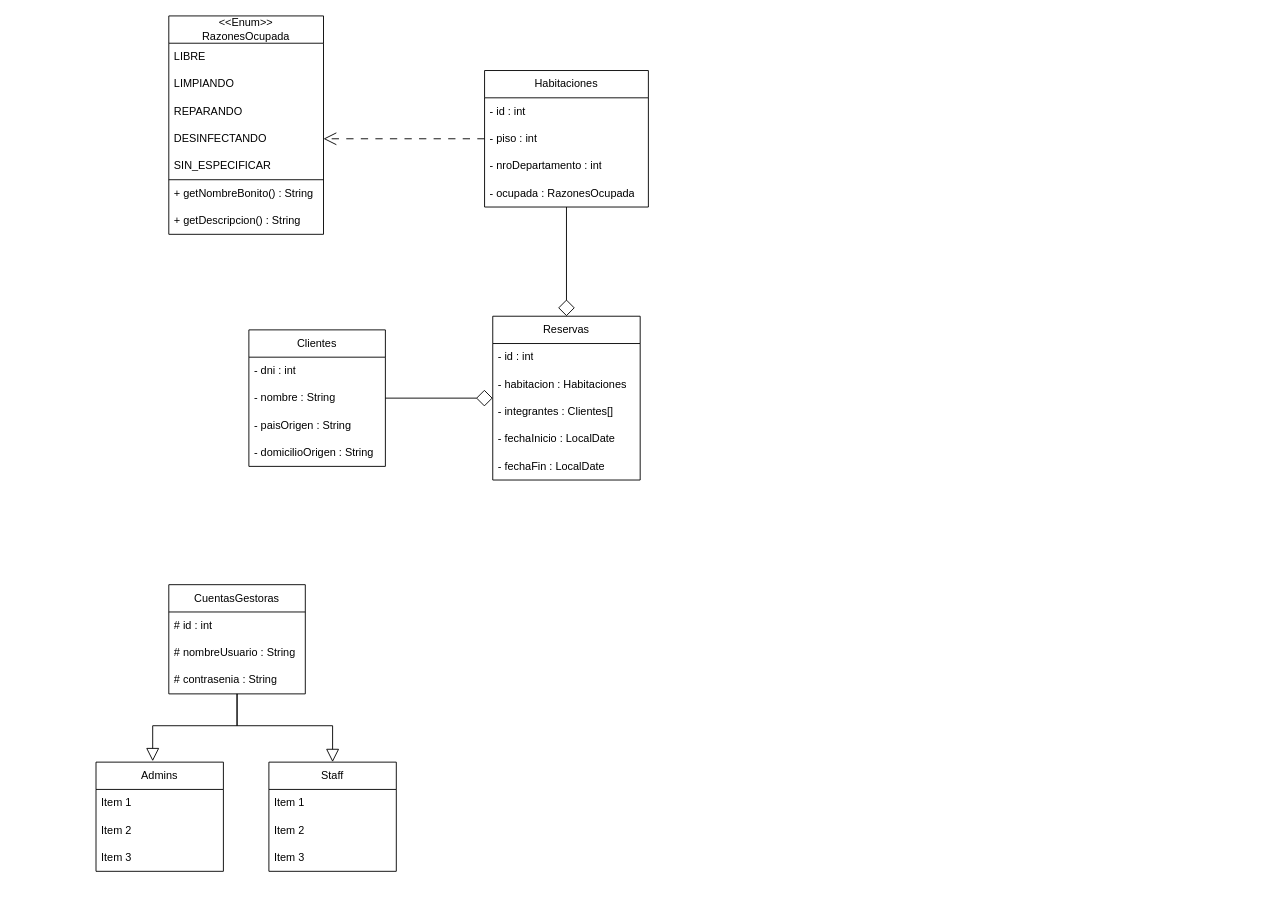
Above: uml.drawio in Lucas-Lanari/TPfinalSistemaDeHotel (draw.io), before the change. Source tidied: cells renumbered, new cells numbered last; positions are measured from the earlier drawing's top-left corner, leaving out a move shared by most shapes. Both pictures are drawn from the tidied source at 91%, with x=0, y=0 at pixel (96, 15).
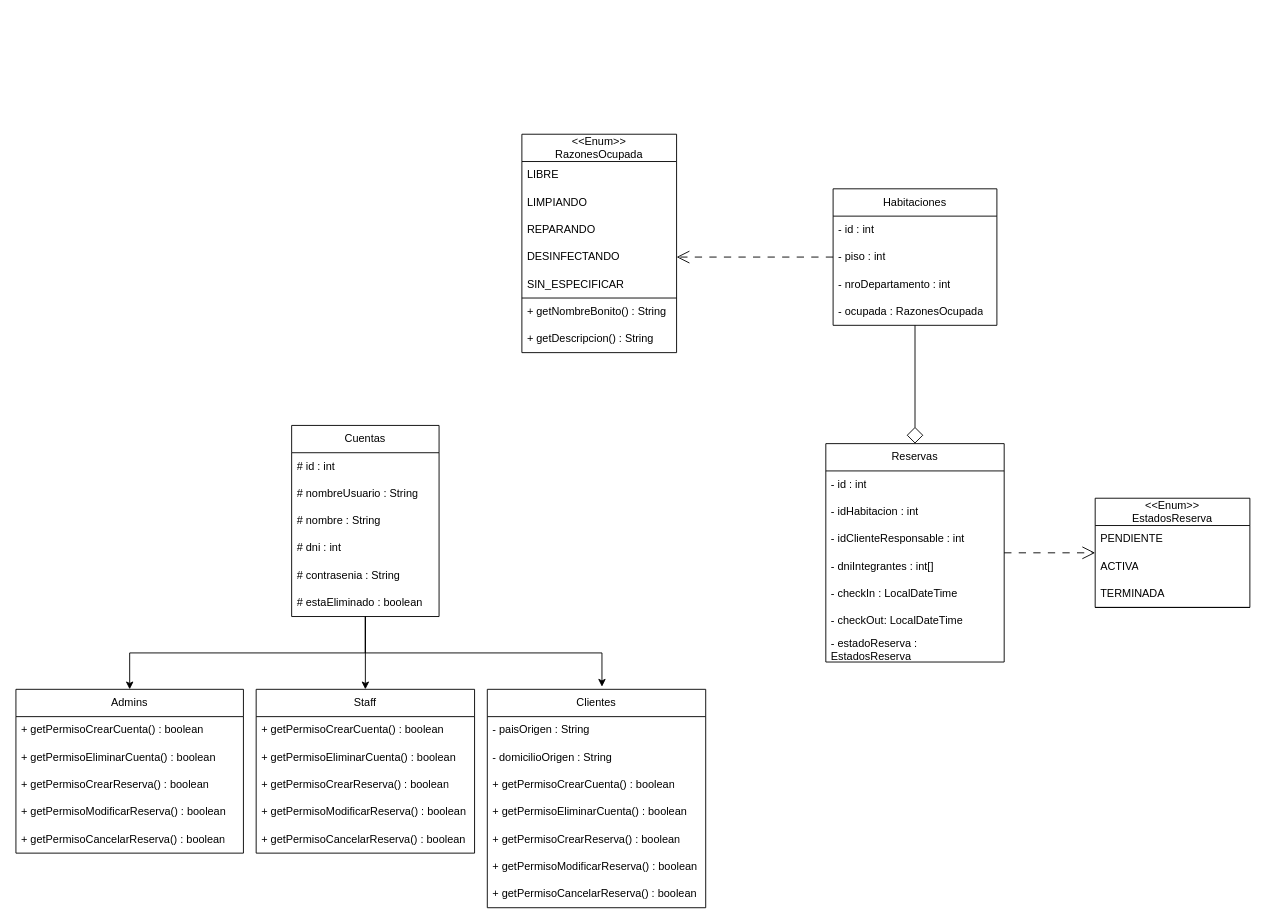
Above is the later version.

Commit message (it also covers changes not shown here):
actualizar uml

What changed in the source:
```diff
@@
+    <mxCell id="44" style="edgeStyle=orthogonalEdgeStyle;rounded=0;jettySize=auto;html=1;exitX=1;exitY=0.5;exitDx=0;exitDy=0;defaultLabelBackgroundColor=page;entryX=0;entryY=0.5;entryDx=0;entryDy=0;strokeWidth=1;startArrow=none;startFill=0;dashed=1;dashPattern=8 8;endArrow=open;endFill=0;endSize=12;" parent="1" edge="1" source="3" target="56">
+      <mxGeometry relative="1" as="geometry" />
+    </mxCell>
     <mxCell id="3" value="Reservas" style="swimlane;fontStyle=0;horizontal=1;startSize=30;whiteSpace=wrap;html=1;absoluteArcSize=0;" parent="1" vertex="1">
-      <mxGeometry x="436" y="330" width="162" height="180" as="geometry" />
+      <mxGeometry x="802" y="470" width="196" height="240" as="geometry" />
     </mxCell>
     <mxCell id="4" value="- id : int" style="text;strokeColor=none;fillColor=none;align=left;verticalAlign=middle;spacingLeft=4;spacingRight=4;overflow=hidden;whiteSpace=wrap;html=1;" parent="3" vertex="1">
-      <mxGeometry y="30" width="162" height="30" as="geometry" />
+      <mxGeometry y="30" width="196" height="30" as="geometry" />
     </mxCell>
-    <mxCell id="5" value="- habitacion : Habitaciones" style="text;strokeColor=none;fillColor=none;align=left;verticalAlign=middle;spacingLeft=4;spacingRight=4;overflow=hidden;whiteSpace=wrap;html=1;" parent="3" vertex="1">
-      <mxGeometry y="60" width="162" height="30" as="geometry" />
+    <mxCell id="5" value="- idHabitacion : int" style="text;strokeColor=none;fillColor=none;align=left;verticalAlign=middle;spacingLeft=4;spacingRight=4;overflow=hidden;whiteSpace=wrap;html=1;" parent="3" vertex="1">
+      <mxGeometry y="60" width="196" height="30" as="geometry" />
     </mxCell>
+    <mxCell id="45" value="- idClienteResponsable : int" style="text;strokeColor=none;fillColor=none;align=left;verticalAlign=middle;spacingLeft=4;spacingRight=4;overflow=hidden;whiteSpace=wrap;html=1;" parent="3" vertex="1">
+      <mxGeometry y="90" width="196" height="30" as="geometry" />
+    </mxCell>
-    <mxCell id="6" value="- integrantes : Clientes[]" style="text;strokeColor=none;fillColor=none;align=left;verticalAlign=middle;spacingLeft=4;spacingRight=4;overflow=hidden;whiteSpace=wrap;html=1;" parent="3" vertex="1">
-      <mxGeometry y="90" width="162" height="30" as="geometry" />
+    <mxCell id="6" value="- dniIntegrantes : int[]" style="text;strokeColor=none;fillColor=none;align=left;verticalAlign=middle;spacingLeft=4;spacingRight=4;overflow=hidden;whiteSpace=wrap;html=1;" parent="3" vertex="1">
+      <mxGeometry y="120" width="196" height="30" as="geometry" />
     </mxCell>
-    <mxCell id="7" value="- fechaInicio : LocalDate" style="text;strokeColor=none;fillColor=none;align=left;verticalAlign=middle;spacingLeft=4;spacingRight=4;overflow=hidden;whiteSpace=wrap;html=1;" parent="3" vertex="1">
-      <mxGeometry y="120" width="162" height="30" as="geometry" />
+    <mxCell id="7" value="- checkIn : LocalDateTime" style="text;strokeColor=none;fillColor=none;align=left;verticalAlign=middle;spacingLeft=4;spacingRight=4;overflow=hidden;whiteSpace=wrap;html=1;" parent="3" vertex="1">
+      <mxGeometry y="150" width="196" height="30" as="geometry" />
     </mxCell>
-    <mxCell id="8" value="- fechaFin : LocalDate" style="text;strokeColor=none;fillColor=none;align=left;verticalAlign=middle;spacingLeft=4;spacingRight=4;overflow=hidden;whiteSpace=wrap;html=1;" parent="3" vertex="1">
-      <mxGeometry y="150" width="162" height="30" as="geometry" />
+    <mxCell id="8" value="- checkOut: LocalDateTime" style="text;strokeColor=none;fillColor=none;align=left;verticalAlign=middle;spacingLeft=4;spacingRight=4;overflow=hidden;whiteSpace=wrap;html=1;" parent="3" vertex="1">
+      <mxGeometry y="180" width="196" height="30" as="geometry" />
     </mxCell>
-    <mxCell id="9" value="Staff" style="swimlane;fontStyle=0;horizontal=1;startSize=30;whiteSpace=wrap;html=1;" parent="1" vertex="1">
-      <mxGeometry x="190" y="820" width="140" height="120" as="geometry" />
-    </mxCell>
-    <mxCell id="10" value="Item 1" style="text;strokeColor=none;fillColor=none;align=left;verticalAlign=middle;spacingLeft=4;spacingRight=4;overflow=hidden;whiteSpace=wrap;html=1;" parent="9" vertex="1">
-      <mxGeometry y="30" width="140" height="30" as="geometry" />
-    </mxCell>
-    <mxCell id="11" value="Item 2" style="text;strokeColor=none;fillColor=none;align=left;verticalAlign=middle;spacingLeft=4;spacingRight=4;overflow=hidden;whiteSpace=wrap;html=1;" parent="9" vertex="1">
-      <mxGeometry y="60" width="140" height="30" as="geometry" />
-    </mxCell>
-    <mxCell id="12" value="Item 3" style="text;strokeColor=none;fillColor=none;align=left;verticalAlign=middle;spacingLeft=4;spacingRight=4;overflow=hidden;whiteSpace=wrap;html=1;" parent="9" vertex="1">
-      <mxGeometry y="90" width="140" height="30" as="geometry" />
-    </mxCell>
-    <mxCell id="13" value="Admins" style="swimlane;fontStyle=0;horizontal=1;startSize=30;whiteSpace=wrap;html=1;" parent="1" vertex="1">
-      <mxGeometry y="820" width="140" height="120" as="geometry" />
-    </mxCell>
-    <mxCell id="14" value="Item 1" style="text;strokeColor=none;fillColor=none;align=left;verticalAlign=middle;spacingLeft=4;spacingRight=4;overflow=hidden;whiteSpace=wrap;html=1;" parent="13" vertex="1">
-      <mxGeometry y="30" width="140" height="30" as="geometry" />
-    </mxCell>
-    <mxCell id="15" value="Item 2" style="text;strokeColor=none;fillColor=none;align=left;verticalAlign=middle;spacingLeft=4;spacingRight=4;overflow=hidden;whiteSpace=wrap;html=1;" parent="13" vertex="1">
-      <mxGeometry y="60" width="140" height="30" as="geometry" />
-    </mxCell>
-    <mxCell id="16" value="Item 3" style="text;strokeColor=none;fillColor=none;align=left;verticalAlign=middle;spacingLeft=4;spacingRight=4;overflow=hidden;whiteSpace=wrap;html=1;" parent="13" vertex="1">
-      <mxGeometry y="90" width="140" height="30" as="geometry" />
-    </mxCell>
-    <mxCell id="17" style="edgeStyle=orthogonalEdgeStyle;rounded=0;jettySize=auto;html=1;exitX=1;exitY=0.5;exitDx=0;exitDy=0;entryX=0;entryY=0.5;entryDx=0;entryDy=0;defaultLabelBackgroundColor=page;endSize=16;endArrow=diamond;endFill=0;" parent="1" edge="1" source="18" target="3">
-      <mxGeometry relative="1" as="geometry" />
-    </mxCell>
+    <mxCell id="46" value="- estadoReserva : EstadosReserva" style="text;strokeColor=none;fillColor=none;align=left;verticalAlign=middle;spacingLeft=4;spacingRight=4;overflow=hidden;whiteSpace=wrap;html=1;" parent="3" vertex="1">
+      <mxGeometry y="210" width="196" height="30" as="geometry" />
+    </mxCell>
     <mxCell id="18" value="Clientes" style="swimlane;fontStyle=0;horizontal=1;startSize=30;whiteSpace=wrap;html=1;" parent="1" vertex="1">
-      <mxGeometry x="168" y="345" width="150" height="150" as="geometry" />
+      <mxGeometry x="430" y="740" width="240" height="240" as="geometry" />
     </mxCell>
-    <mxCell id="19" value="- dni : int" style="text;strokeColor=none;fillColor=none;align=left;verticalAlign=middle;spacingLeft=4;spacingRight=4;overflow=hidden;whiteSpace=wrap;html=1;" parent="18" vertex="1">
-      <mxGeometry y="30" width="150" height="30" as="geometry" />
-    </mxCell>
-    <mxCell id="20" value="- nombre : String" style="text;strokeColor=none;fillColor=none;align=left;verticalAlign=middle;spacingLeft=4;spacingRight=4;overflow=hidden;whiteSpace=wrap;html=1;" parent="18" vertex="1">
-      <mxGeometry y="60" width="150" height="30" as="geometry" />
-    </mxCell>
     <mxCell id="21" value="- paisOrigen : String" style="text;strokeColor=none;fillColor=none;align=left;verticalAlign=middle;spacingLeft=4;spacingRight=4;overflow=hidden;whiteSpace=wrap;html=1;" parent="18" vertex="1">
-      <mxGeometry y="90" width="150" height="30" as="geometry" />
+      <mxGeometry y="30" width="240" height="30" as="geometry" />
     </mxCell>
     <mxCell id="22" value="- domicilioOrigen : String" style="text;strokeColor=none;fillColor=none;align=left;verticalAlign=middle;spacingLeft=4;spacingRight=4;overflow=hidden;whiteSpace=wrap;html=1;" parent="18" vertex="1">
-      <mxGeometry y="120" width="150" height="30" as="geometry" />
+      <mxGeometry y="60" width="240" height="30" as="geometry" />
     </mxCell>
-    <mxCell id="23" style="edgeStyle=orthogonalEdgeStyle;rounded=0;jettySize=auto;html=1;exitX=0.5;exitY=1;exitDx=0;exitDy=0;entryX=0.5;entryY=0;entryDx=0;entryDy=0;defaultLabelBackgroundColor=page;endSize=12;endArrow=block;endFill=0;" parent="1" edge="1" source="24" target="9">
-      <mxGeometry relative="1" as="geometry">
-        <Array as="points">
-          <mxPoint x="155" y="780" />
-          <mxPoint x="260" y="780" />
-        </Array>
-      </mxGeometry>
-    </mxCell>
-    <mxCell id="24" value="CuentasGestoras" style="swimlane;fontStyle=0;horizontal=1;startSize=30;whiteSpace=wrap;html=1;" parent="1" vertex="1">
-      <mxGeometry x="80" y="625" width="150" height="120" as="geometry" />
-    </mxCell>
-    <mxCell id="25" value="# id : int" style="text;strokeColor=none;fillColor=none;align=left;verticalAlign=middle;spacingLeft=4;spacingRight=4;overflow=hidden;whiteSpace=wrap;html=1;" parent="24" vertex="1">
-      <mxGeometry y="30" width="150" height="30" as="geometry" />
-    </mxCell>
-    <mxCell id="26" value="# nombreUsuario : String" style="text;strokeColor=none;fillColor=none;align=left;verticalAlign=middle;spacingLeft=4;spacingRight=4;overflow=hidden;whiteSpace=wrap;html=1;" parent="24" vertex="1">
-      <mxGeometry y="60" width="150" height="30" as="geometry" />
-    </mxCell>
-    <mxCell id="27" value="# contrasenia : String" style="text;strokeColor=none;fillColor=none;align=left;verticalAlign=middle;spacingLeft=4;spacingRight=4;overflow=hidden;whiteSpace=wrap;html=1;" parent="24" vertex="1">
-      <mxGeometry y="90" width="150" height="30" as="geometry" />
-    </mxCell>
-    <mxCell id="28" style="edgeStyle=orthogonalEdgeStyle;rounded=0;jettySize=auto;html=1;exitX=0.5;exitY=1;exitDx=0;exitDy=0;entryX=0.445;entryY=-0.008;entryDx=0;entryDy=0;entryPerimeter=0;defaultLabelBackgroundColor=page;endSize=12;endArrow=block;endFill=0;" parent="1" edge="1" source="24" target="13">
-      <mxGeometry x="0.02" relative="1" as="geometry">
-        <Array as="points">
-          <mxPoint x="155" y="780" />
-          <mxPoint x="62.3" y="780" />
-        </Array>
-      </mxGeometry>
-    </mxCell>
+    <mxCell id="47" value="+ getPermisoCrearCuenta() : boolean" style="text;strokeColor=none;fillColor=none;align=left;verticalAlign=middle;spacingLeft=4;spacingRight=4;overflow=hidden;whiteSpace=wrap;html=1;" parent="18" vertex="1">
+      <mxGeometry y="90" width="240" height="30" as="geometry" />
+    </mxCell>
+    <mxCell id="48" value="+ getPermisoEliminarCuenta() : boolean" style="text;strokeColor=none;fillColor=none;align=left;verticalAlign=middle;spacingLeft=4;spacingRight=4;overflow=hidden;whiteSpace=wrap;html=1;" parent="18" vertex="1">
+      <mxGeometry y="120" width="240" height="30" as="geometry" />
+    </mxCell>
+    <mxCell id="49" value="+ getPermisoCrearReserva() : boolean" style="text;strokeColor=none;fillColor=none;align=left;verticalAlign=middle;spacingLeft=4;spacingRight=4;overflow=hidden;whiteSpace=wrap;html=1;" parent="18" vertex="1">
+      <mxGeometry y="150" width="240" height="30" as="geometry" />
+    </mxCell>
+    <mxCell id="50" value="+ getPermisoModificarReserva() : boolean" style="text;strokeColor=none;fillColor=none;align=left;verticalAlign=middle;spacingLeft=4;spacingRight=4;overflow=hidden;whiteSpace=wrap;html=1;" parent="18" vertex="1">
+      <mxGeometry y="180" width="240" height="30" as="geometry" />
+    </mxCell>
+    <mxCell id="51" value="+ getPermisoCancelarReserva() : boolean" style="text;strokeColor=none;fillColor=none;align=left;verticalAlign=middle;spacingLeft=4;spacingRight=4;overflow=hidden;whiteSpace=wrap;html=1;" parent="18" vertex="1">
+      <mxGeometry y="210" width="240" height="30" as="geometry" />
+    </mxCell>
@@
     <mxCell id="30" value="Habitaciones" style="swimlane;fontStyle=0;horizontal=1;startSize=30;whiteSpace=wrap;html=1;" parent="1" vertex="1">
-      <mxGeometry x="427" y="60" width="180" height="150" as="geometry" />
+      <mxGeometry x="810" y="190" width="180" height="150" as="geometry" />
     </mxCell>
@@
     <mxCell id="35" value="&lt;div&gt;&amp;lt;&amp;lt;Enum&amp;gt;&amp;gt;&lt;/div&gt;RazonesOcupada" style="swimlane;fontStyle=0;horizontal=1;startSize=30;whiteSpace=wrap;html=1;" parent="1" vertex="1">
-      <mxGeometry x="80" width="170" height="240" as="geometry" />
+      <mxGeometry x="468" y="130" width="170" height="240" as="geometry" />
     </mxCell>
@@
+    <mxCell id="52" style="edgeStyle=orthogonalEdgeStyle;rounded=0;jettySize=auto;html=1;exitX=0.5;exitY=1;exitDx=0;exitDy=0;entryX=0.5;entryY=0;entryDx=0;entryDy=0;defaultLabelBackgroundColor=page;" parent="1" edge="1" source="54" target="9">
+      <mxGeometry relative="1" as="geometry" />
+    </mxCell>
+    <mxCell id="53" style="edgeStyle=orthogonalEdgeStyle;rounded=0;jettySize=auto;html=1;exitX=0.5;exitY=1;exitDx=0;exitDy=0;entryX=0.5;entryY=0;entryDx=0;entryDy=0;defaultLabelBackgroundColor=page;" parent="1" edge="1" source="54" target="13">
+      <mxGeometry relative="1" as="geometry" />
+    </mxCell>
+    <mxCell id="54" value="Cuentas" style="swimlane;fontStyle=0;horizontal=1;startSize=30;whiteSpace=wrap;html=1;" parent="1" vertex="1">
+      <mxGeometry x="215" y="450" width="162" height="210" as="geometry" />
+    </mxCell>
+    <mxCell id="25" value="# id : int" style="text;strokeColor=none;fillColor=none;align=left;verticalAlign=middle;spacingLeft=4;spacingRight=4;overflow=hidden;whiteSpace=wrap;html=1;" parent="54" vertex="1">
+      <mxGeometry y="30" width="162" height="30" as="geometry" />
+    </mxCell>
+    <mxCell id="26" value="# nombreUsuario : String" style="text;strokeColor=none;fillColor=none;align=left;verticalAlign=middle;spacingLeft=4;spacingRight=4;overflow=hidden;whiteSpace=wrap;html=1;" parent="54" vertex="1">
+      <mxGeometry y="60" width="162" height="30" as="geometry" />
+    </mxCell>
+    <mxCell id="20" value="# nombre : String" style="text;strokeColor=none;fillColor=none;align=left;verticalAlign=middle;spacingLeft=4;spacingRight=4;overflow=hidden;whiteSpace=wrap;html=1;" parent="54" vertex="1">
+      <mxGeometry y="90" width="162" height="30" as="geometry" />
+    </mxCell>
+    <mxCell id="19" value="# dni : int" style="text;strokeColor=none;fillColor=none;align=left;verticalAlign=middle;spacingLeft=4;spacingRight=4;overflow=hidden;whiteSpace=wrap;html=1;" parent="54" vertex="1">
+      <mxGeometry y="120" width="162" height="30" as="geometry" />
+    </mxCell>
+    <mxCell id="27" value="# contrasenia : String" style="text;strokeColor=none;fillColor=none;align=left;verticalAlign=middle;spacingLeft=4;spacingRight=4;overflow=hidden;whiteSpace=wrap;html=1;" parent="54" vertex="1">
+      <mxGeometry y="150" width="162" height="30" as="geometry" />
+    </mxCell>
+    <mxCell id="55" value="# estaEliminado : boolean" style="text;strokeColor=none;fillColor=none;align=left;verticalAlign=middle;spacingLeft=4;spacingRight=4;overflow=hidden;whiteSpace=wrap;html=1;" parent="54" vertex="1">
+      <mxGeometry y="180" width="162" height="30" as="geometry" />
+    </mxCell>
+    <mxCell id="56" value="&lt;div&gt;&amp;lt;&amp;lt;Enum&amp;gt;&amp;gt;&lt;/div&gt;EstadosReserva" style="swimlane;fontStyle=0;horizontal=1;startSize=30;whiteSpace=wrap;html=1;" parent="1" vertex="1">
+      <mxGeometry x="1098" y="530" width="170" height="120" as="geometry" />
+    </mxCell>
+    <mxCell id="57" value="PENDIENTE" style="text;strokeColor=none;fillColor=none;align=left;verticalAlign=middle;spacingLeft=4;spacingRight=4;overflow=hidden;whiteSpace=wrap;html=1;" parent="56" vertex="1">
+      <mxGeometry y="30" width="170" height="30" as="geometry" />
+    </mxCell>
+    <mxCell id="58" value="ACTIVA" style="text;strokeColor=none;fillColor=none;align=left;verticalAlign=middle;spacingLeft=4;spacingRight=4;overflow=hidden;whiteSpace=wrap;html=1;" parent="56" vertex="1">
+      <mxGeometry y="60" width="170" height="30" as="geometry" />
+    </mxCell>
+    <mxCell id="59" value="TERMINADA" style="text;strokeColor=none;fillColor=none;align=left;verticalAlign=middle;spacingLeft=4;spacingRight=4;overflow=hidden;whiteSpace=wrap;html=1;" parent="56" vertex="1">
+      <mxGeometry y="90" width="170" height="30" as="geometry" />
+    </mxCell>
+    <mxCell id="60" style="endArrow=none;html=1;rounded=0;defaultLabelBackgroundColor=page;entryX=1;entryY=0;entryDx=0;entryDy=0;entryPerimeter=0;exitX=0;exitY=0;exitDx=0;exitDy=0;exitPerimeter=0;" parent="56" edge="1">
+      <mxGeometry relative="1" as="geometry">
+        <mxPoint y="120" as="sourcePoint" />
+        <mxPoint x="170" y="120" as="targetPoint" />
+      </mxGeometry>
+    </mxCell>
+    <mxCell id="9" value="Staff" style="swimlane;fontStyle=0;horizontal=1;startSize=30;whiteSpace=wrap;html=1;" parent="1" vertex="1">
+      <mxGeometry x="176" y="740" width="240" height="180" as="geometry" />
+    </mxCell>
+    <mxCell id="61" value="+ getPermisoCrearCuenta() : boolean" style="text;strokeColor=none;fillColor=none;align=left;verticalAlign=middle;spacingLeft=4;spacingRight=4;overflow=hidden;whiteSpace=wrap;html=1;" parent="9" vertex="1">
+      <mxGeometry y="30" width="240" height="30" as="geometry" />
+    </mxCell>
+    <mxCell id="62" value="+ getPermisoEliminarCuenta() : boolean" style="text;strokeColor=none;fillColor=none;align=left;verticalAlign=middle;spacingLeft=4;spacingRight=4;overflow=hidden;whiteSpace=wrap;html=1;" parent="9" vertex="1">
+      <mxGeometry y="60" width="240" height="30" as="geometry" />
+    </mxCell>
+    <mxCell id="63" value="+ getPermisoCrearReserva() : boolean" style="text;strokeColor=none;fillColor=none;align=left;verticalAlign=middle;spacingLeft=4;spacingRight=4;overflow=hidden;whiteSpace=wrap;html=1;" parent="9" vertex="1">
+      <mxGeometry y="90" width="240" height="30" as="geometry" />
+    </mxCell>
+    <mxCell id="64" value="+ getPermisoModificarReserva() : boolean" style="text;strokeColor=none;fillColor=none;align=left;verticalAlign=middle;spacingLeft=4;spacingRight=4;overflow=hidden;whiteSpace=wrap;html=1;" parent="9" vertex="1">
+      <mxGeometry y="120" width="240" height="30" as="geometry" />
+    </mxCell>
+    <mxCell id="65" value="&lt;div&gt;+ getPermisoCancelarReserva() : boolean&lt;/div&gt;" style="text;strokeColor=none;fillColor=none;align=left;verticalAlign=middle;spacingLeft=4;spacingRight=4;overflow=hidden;whiteSpace=wrap;html=1;" parent="9" vertex="1">
+      <mxGeometry y="150" width="240" height="30" as="geometry" />
+    </mxCell>
+    <mxCell id="13" value="Admins" style="swimlane;fontStyle=0;horizontal=1;startSize=30;whiteSpace=wrap;html=1;" parent="1" vertex="1">
+      <mxGeometry x="-88" y="740" width="250" height="180" as="geometry" />
+    </mxCell>
+    <mxCell id="66" value="+ getPermisoCrearCuenta() : boolean" style="text;strokeColor=none;fillColor=none;align=left;verticalAlign=middle;spacingLeft=4;spacingRight=4;overflow=hidden;whiteSpace=wrap;html=1;" parent="13" vertex="1">
+      <mxGeometry y="30" width="250" height="30" as="geometry" />
+    </mxCell>
+    <mxCell id="67" value="+ getPermisoEliminarCuenta() : boolean" style="text;strokeColor=none;fillColor=none;align=left;verticalAlign=middle;spacingLeft=4;spacingRight=4;overflow=hidden;whiteSpace=wrap;html=1;" parent="13" vertex="1">
+      <mxGeometry y="60" width="250" height="30" as="geometry" />
+    </mxCell>
+    <mxCell id="68" value="+ getPermisoCrearReserva() : boolean" style="text;strokeColor=none;fillColor=none;align=left;verticalAlign=middle;spacingLeft=4;spacingRight=4;overflow=hidden;whiteSpace=wrap;html=1;" parent="13" vertex="1">
+      <mxGeometry y="90" width="250" height="30" as="geometry" />
+    </mxCell>
+    <mxCell id="69" value="+ getPermisoModificarReserva() : boolean" style="text;strokeColor=none;fillColor=none;align=left;verticalAlign=middle;spacingLeft=4;spacingRight=4;overflow=hidden;whiteSpace=wrap;html=1;" parent="13" vertex="1">
+      <mxGeometry y="120" width="250" height="30" as="geometry" />
+    </mxCell>
+    <mxCell id="70" value="+ getPermisoCancelarReserva() : boolean" style="text;strokeColor=none;fillColor=none;align=left;verticalAlign=middle;spacingLeft=4;spacingRight=4;overflow=hidden;whiteSpace=wrap;html=1;" parent="13" vertex="1">
+      <mxGeometry y="150" width="250" height="30" as="geometry" />
+    </mxCell>
+    <mxCell id="71" style="edgeStyle=orthogonalEdgeStyle;rounded=0;jettySize=auto;html=1;exitX=0.5;exitY=1;exitDx=0;exitDy=0;entryX=0.525;entryY=-0.012;entryDx=0;entryDy=0;entryPerimeter=0;defaultLabelBackgroundColor=page;" parent="1" edge="1" source="54" target="18">
+      <mxGeometry relative="1" as="geometry" />
+    </mxCell>
```
